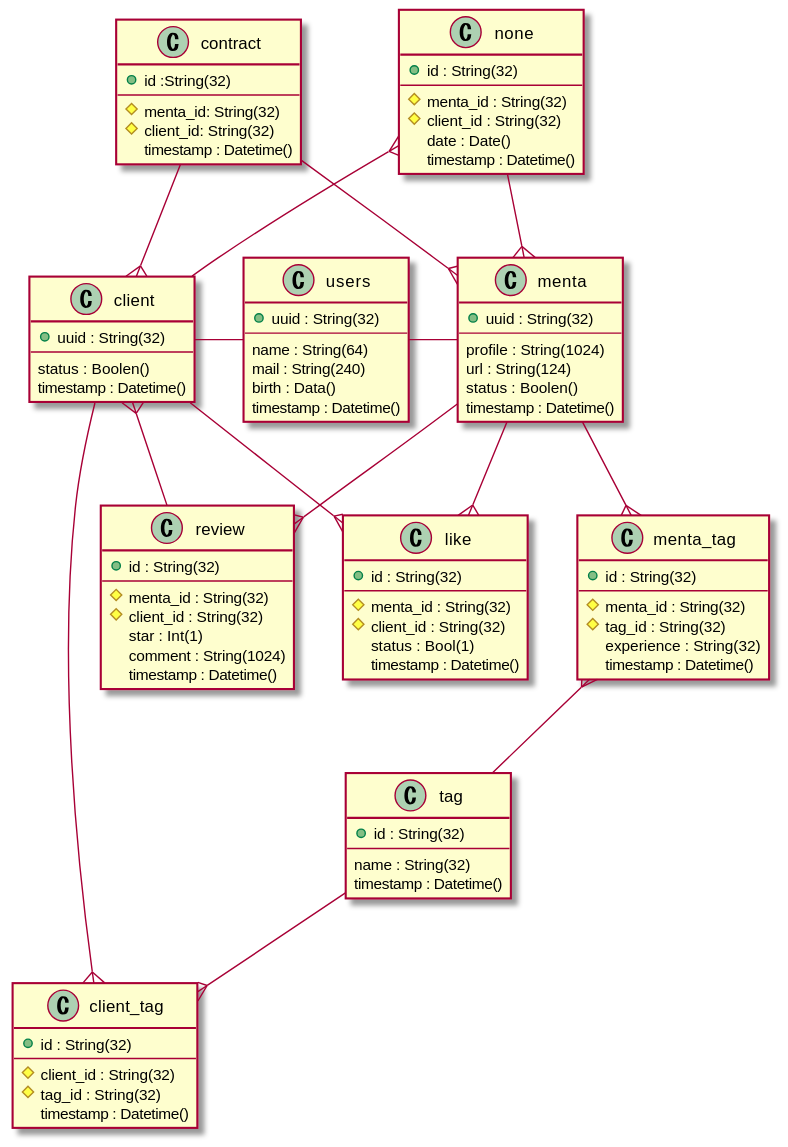
Earlier version of the PlantUML export out/er/ER.svg (mitsuYashi/Mynt).
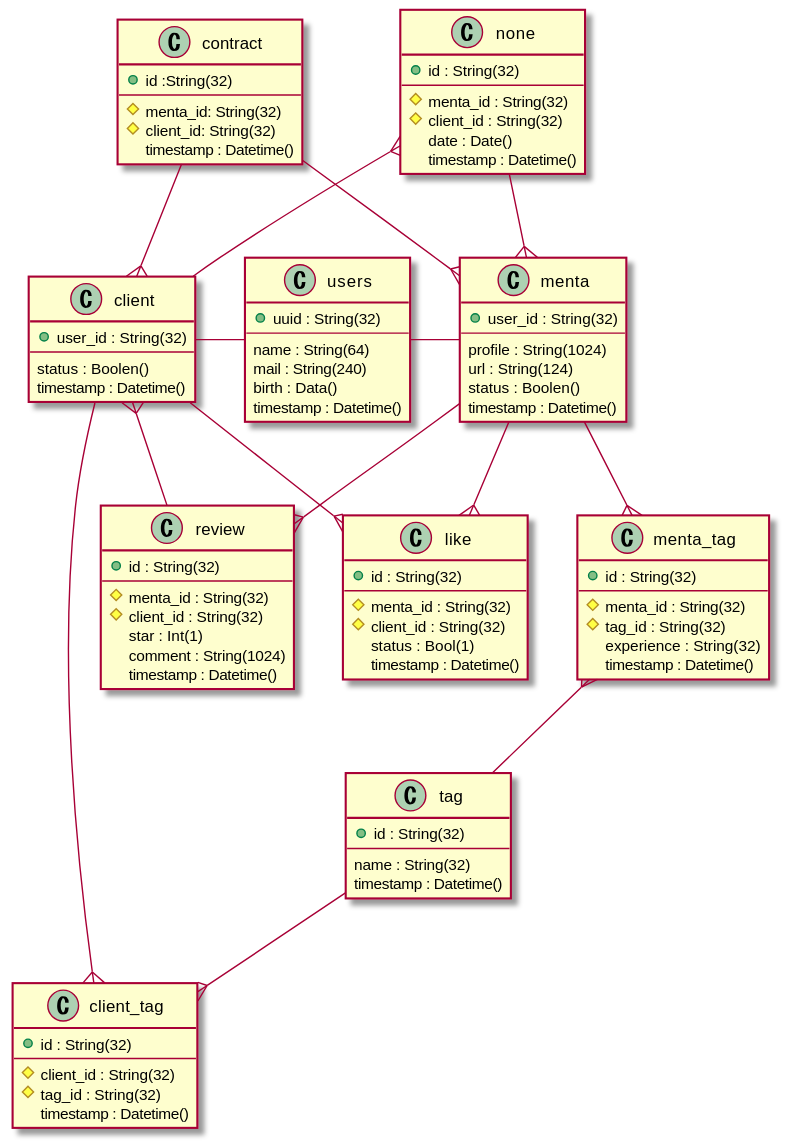
The same file after the commit.

Change to the diagram source:
```diff
@@ -10,14 +10,14 @@
 }
 
 class client {
-    + uuid : String(32)
+    + user_id : String(32)
     ---
     status : Boolen()
     timestamp : Datetime()
 }
 
 class menta {
-    + uuid : String(32)
+    + user_id : String(32)
     ---
     profile : String(1024)
     url : String(124)
```
